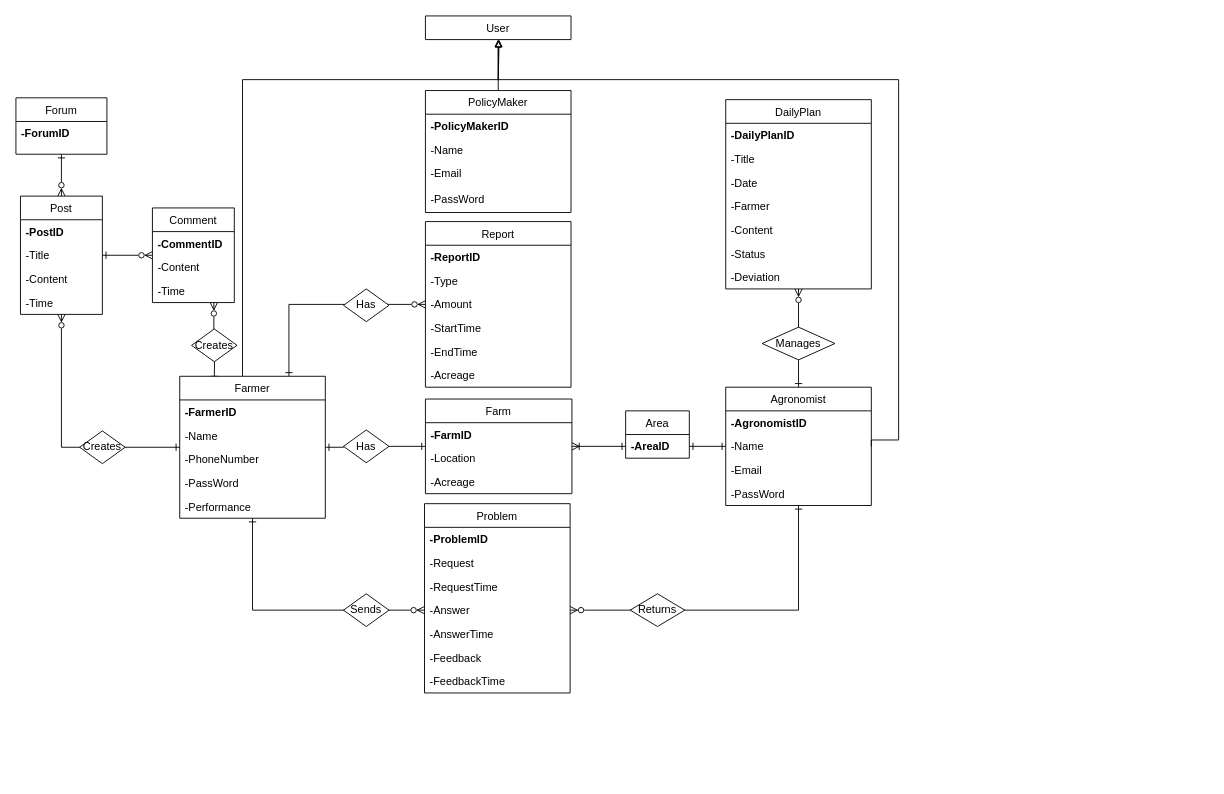
Before: DD/UML/Entity Relationship.drawio in ictar/DREAM-SE2-Project-2022, a draw.io diagram. Source tidied: cells renumbered, new cells numbered last; positions are measured from the earlier drawing's top-left corner, leaving out a move shared by most shapes. Both pictures are drawn from the tidied source at 91%, with x=0, y=0 at pixel (15, 15).
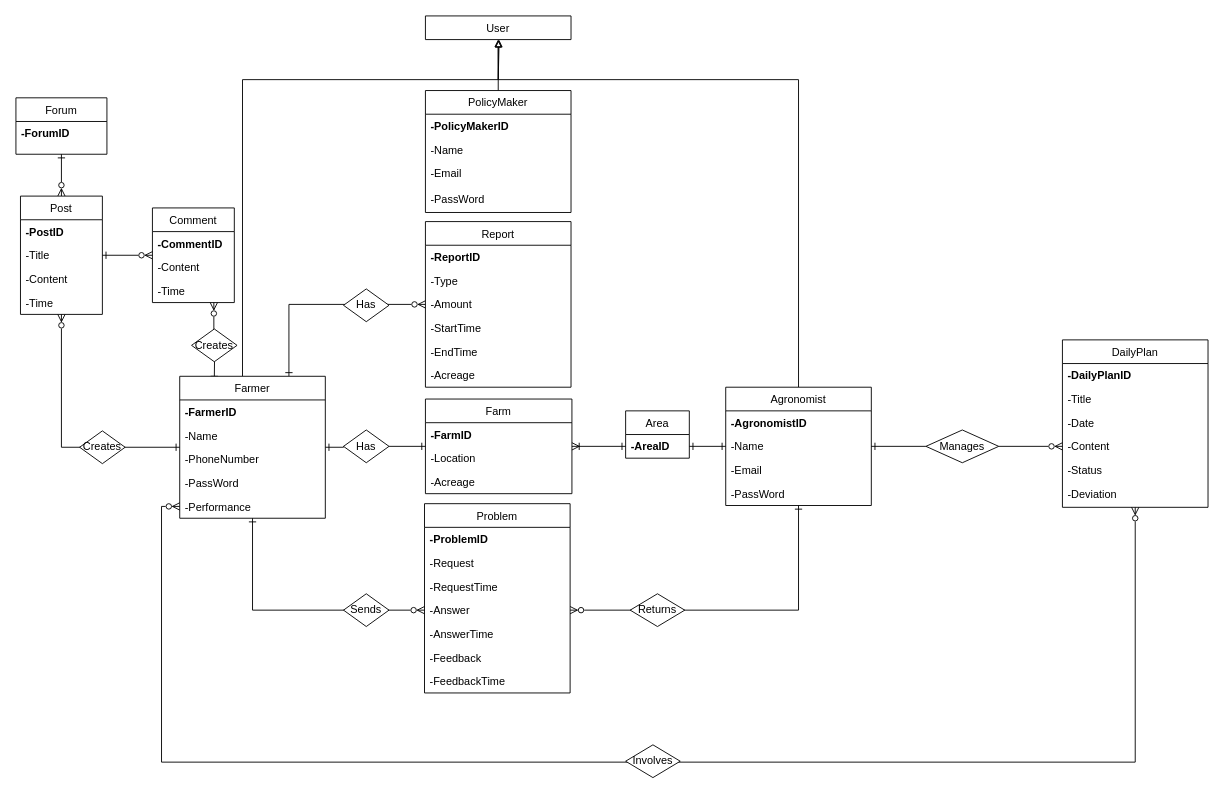
The same page after the edit.

Commit message (it also covers changes not shown here):
update ER and external components

Unchanged cells that the change refers to:
```xml
<mxCell id="20" value="-Performance" style="text;align=left;verticalAlign=top;spacingLeft=4;spacingRight=4;overflow=hidden;points=[[0,0.5],[1,0.5]];portConstraint=eastwest;" parent="15" vertex="1">
  <mxGeometry y="130" width="160" height="26" as="geometry" />
</mxCell>
<mxCell id="24" value="Agronomist" style="swimlane;fontStyle=0;align=center;verticalAlign=top;horizontal=1;startSize=26;rounded=0;shadow=0;strokeWidth=1;" parent="1" vertex="1">
  <mxGeometry x="780" y="408" width="160" height="130" as="geometry" />
</mxCell>
<mxCell id="26" value="-Name" style="text;align=left;verticalAlign=top;spacingLeft=4;spacingRight=4;overflow=hidden;points=[[0,0.5],[1,0.5]];portConstraint=eastwest;" parent="24" vertex="1">
  <mxGeometry y="52" width="160" height="26" as="geometry" />
</mxCell>
```

Diff of the diagram source:
```diff
@@
-    <mxCell id="21" style="edgeStyle=orthogonalEdgeStyle;rounded=0;jettySize=auto;html=1;exitX=0.5;exitY=0;exitDx=0;exitDy=0;entryX=0.5;entryY=1;entryDx=0;entryDy=0;startArrow=ERone;startFill=0;endArrow=ERzeroToMany;endFill=0;" parent="1" edge="1" source="24" target="52">
+    <mxCell id="21" style="edgeStyle=orthogonalEdgeStyle;rounded=0;jettySize=auto;html=1;exitX=1;exitY=0.5;exitDx=0;exitDy=0;entryX=0;entryY=0.5;entryDx=0;entryDy=0;startArrow=none;startFill=0;endArrow=ERzeroToMany;endFill=0;" parent="1" edge="1" source="78" target="57">
       <mxGeometry relative="1" as="geometry" />
     </mxCell>
-    <mxCell id="22" style="edgeStyle=orthogonalEdgeStyle;rounded=0;jettySize=auto;html=1;exitX=1;exitY=0.5;exitDx=0;exitDy=0;entryX=0.5;entryY=1;entryDx=0;entryDy=0;startArrow=none;startFill=0;endArrow=block;endFill=0;" parent="1" edge="1" source="24">
+    <mxCell id="22" style="edgeStyle=orthogonalEdgeStyle;rounded=0;jettySize=auto;html=1;exitX=0.5;exitY=0;exitDx=0;exitDy=0;entryX=0.5;entryY=1;entryDx=0;entryDy=0;startArrow=none;startFill=0;endArrow=block;endFill=0;" parent="1" edge="1" source="24">
       <mxGeometry relative="1" as="geometry">
         <mxPoint x="531" y="26" as="targetPoint" />
         <Array as="points">
-          <mxPoint x="940" y="466" />
-          <mxPoint x="970" y="466" />
-          <mxPoint x="970" y="70" />
+          <mxPoint x="860" y="70" />
           <mxPoint x="530" y="70" />
           <mxPoint x="530" y="26" />
         </Array>
       </mxGeometry>
     </mxCell>
@@
+    <mxCell id="83" style="edgeStyle=orthogonalEdgeStyle;rounded=0;jettySize=auto;html=1;exitX=0.5;exitY=1;exitDx=0;exitDy=0;entryX=0;entryY=0.5;entryDx=0;entryDy=0;startArrow=ERzeroToMany;startFill=0;endArrow=ERzeroToMany;endFill=0;" parent="1" edge="1" source="52" target="20">
+      <mxGeometry relative="1" as="geometry">
+        <Array as="points">
+          <mxPoint x="1230" y="820" />
+          <mxPoint x="160" y="820" />
+          <mxPoint x="160" y="539" />
+        </Array>
+      </mxGeometry>
+    </mxCell>
     <mxCell id="52" value="DailyPlan" style="swimlane;fontStyle=0;align=center;verticalAlign=top;horizontal=1;startSize=26;rounded=0;shadow=0;strokeWidth=1;" parent="1" vertex="1">
-      <mxGeometry x="780" y="92" width="160" height="208" as="geometry" />
+      <mxGeometry x="1150" y="356" width="160" height="184" as="geometry" />
     </mxCell>
@@
-    <mxCell id="56" value="-Farmer" style="text;align=left;verticalAlign=top;spacingLeft=4;spacingRight=4;overflow=hidden;rounded=0;shadow=0;html=0;" parent="52" vertex="1">
-      <mxGeometry y="104" width="160" height="26" as="geometry" />
-    </mxCell>
     <mxCell id="57" value="-Content" style="text;align=left;verticalAlign=top;spacingLeft=4;spacingRight=4;overflow=hidden;points=[[0,0.5],[1,0.5]];portConstraint=eastwest;rounded=0;shadow=0;html=0;" parent="52" vertex="1">
-      <mxGeometry y="130" width="160" height="26" as="geometry" />
+      <mxGeometry y="104" width="160" height="26" as="geometry" />
     </mxCell>
     <mxCell id="58" value="-Status" style="text;align=left;verticalAlign=top;spacingLeft=4;spacingRight=4;overflow=hidden;" parent="52" vertex="1">
-      <mxGeometry y="156" width="160" height="26" as="geometry" />
+      <mxGeometry y="130" width="160" height="26" as="geometry" />
     </mxCell>
     <mxCell id="59" value="-Deviation" style="text;align=left;verticalAlign=top;spacingLeft=4;spacingRight=4;overflow=hidden;rounded=0;shadow=0;html=0;" parent="52" vertex="1">
-      <mxGeometry y="182" width="160" height="26" as="geometry" />
+      <mxGeometry y="156" width="160" height="26" as="geometry" />
     </mxCell>
@@
-    <mxCell id="78" value="Manages" style="shape=rhombus;perimeter=rhombusPerimeter;whiteSpace=wrap;html=1;align=center;" parent="1" vertex="1">
-      <mxGeometry x="820" y="342" width="80" height="36" as="geometry" />
-    </mxCell>
@@
+    <mxCell id="78" value="Manages" style="shape=rhombus;perimeter=rhombusPerimeter;whiteSpace=wrap;html=1;align=center;" parent="1" vertex="1">
+      <mxGeometry x="1000" y="455" width="80" height="36" as="geometry" />
+    </mxCell>
+    <mxCell id="84" style="edgeStyle=orthogonalEdgeStyle;rounded=0;jettySize=auto;html=1;exitX=1;exitY=0.5;exitDx=0;exitDy=0;entryX=0;entryY=0.5;entryDx=0;entryDy=0;startArrow=ERone;startFill=0;endArrow=none;endFill=0;" parent="1" edge="1" source="26" target="78">
+      <mxGeometry relative="1" as="geometry" />
+    </mxCell>
+    <mxCell id="85" value="Involves" style="shape=rhombus;perimeter=rhombusPerimeter;whiteSpace=wrap;html=1;align=center;" parent="1" vertex="1">
+      <mxGeometry x="670" y="801" width="60" height="36" as="geometry" />
+    </mxCell>
```
